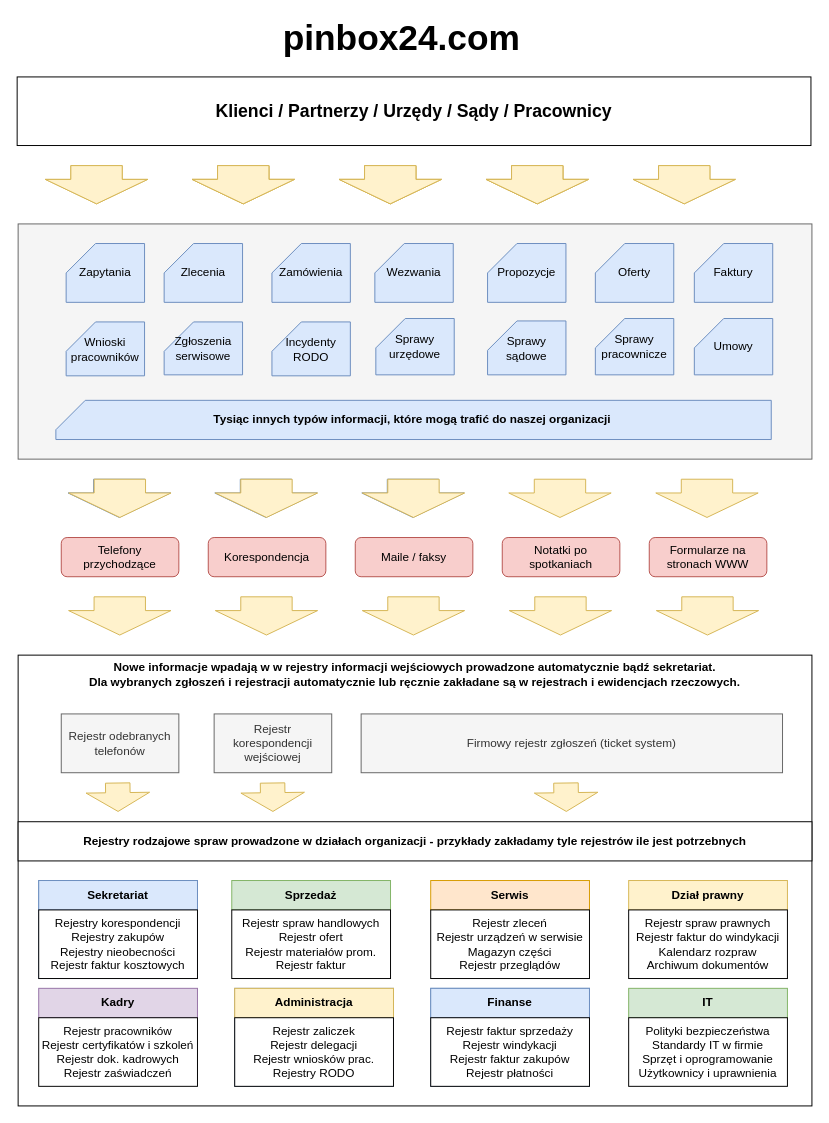
Earlier version of the draw.io diagram flow-types.drawio (radieu/p24). Source tidied: cells renumbered, new cells numbered last; positions are measured from the earlier drawing's top-left corner, leaving out a move shared by most shapes. Both pictures are drawn from the tidied source at 98%, with x=0, y=0 at pixel (17, 27).
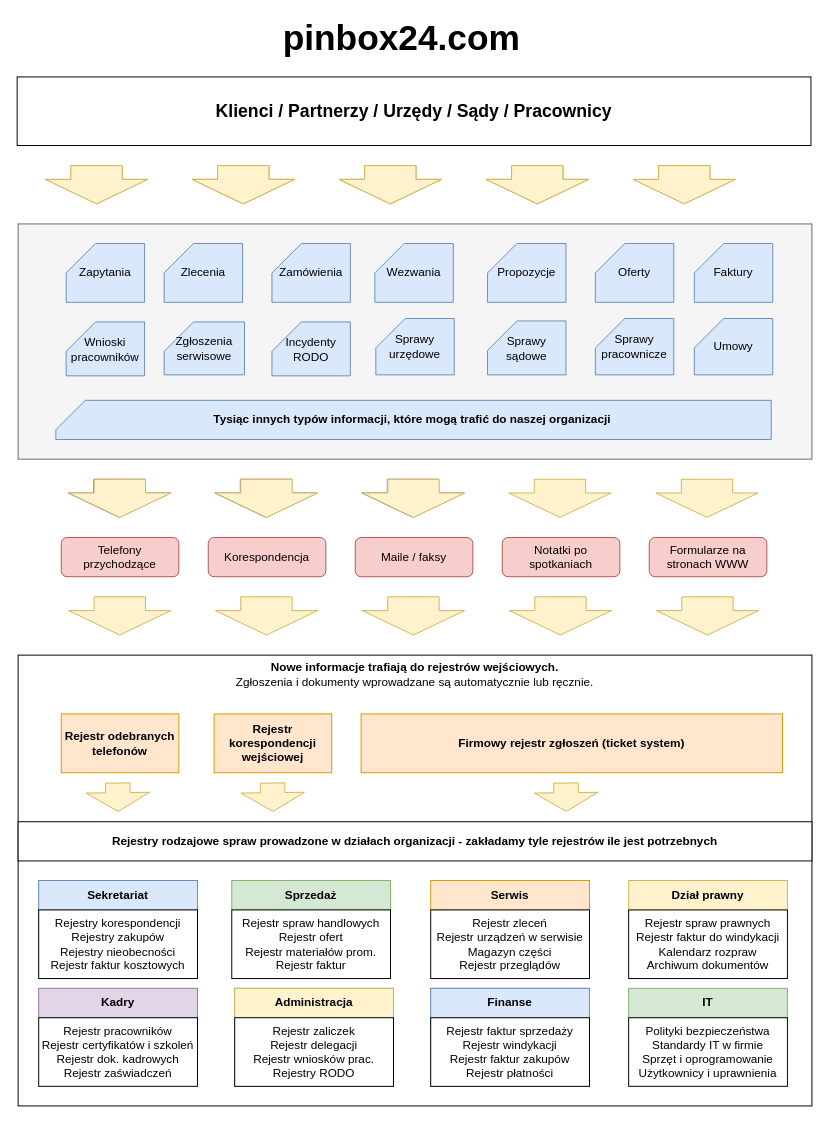
The same diagram, later.

What changed in the source:
```diff
@@
     <mxCell id="26" value="Zgłoszenia serwisowe" style="shape=card;whiteSpace=wrap;html=1;fillColor=#dae8fc;strokeColor=#6c8ebf;" parent="1" vertex="1">
-      <mxGeometry x="150" y="300" width="80" height="54" as="geometry" />
+      <mxGeometry x="150" y="300" width="82" height="54" as="geometry" />
     </mxCell>
@@
-    <mxCell id="33" value="&lt;b&gt;Nowe informacje wpadają w w rejestry informacji wejściowych prowadzone automatycznie bądź sekretariat.&lt;br&gt;Dla wybranych zgłoszeń i rejestracji automatycznie lub ręcznie zakładane są w rejestrach i ewidencjach rzeczowych.&lt;br&gt;&lt;/b&gt;" style="text;html=1;strokeColor=none;fillColor=none;align=center;verticalAlign=middle;whiteSpace=wrap;rounded=0;" parent="1" vertex="1">
+    <mxCell id="33" value="&lt;b&gt;Nowe informacje trafiają do rejestrów wejściowych.&lt;/b&gt;&lt;br&gt;Zgłoszenia i dokumenty wprowadzane są automatycznie lub ręcznie." style="text;html=1;strokeColor=none;fillColor=none;align=center;verticalAlign=middle;whiteSpace=wrap;rounded=0;" parent="1" vertex="1">
       <mxGeometry x="41" y="650" width="730" height="20" as="geometry" />
     </mxCell>
@@
-    <mxCell id="49" value="Rejestr odebranych telefonów" style="rounded=0;whiteSpace=wrap;html=1;fillColor=#f5f5f5;strokeColor=#666666;fontColor=#333333;" parent="1" vertex="1">
+    <mxCell id="49" value="&lt;b&gt;Rejestr odebranych telefonów&lt;/b&gt;" style="rounded=0;whiteSpace=wrap;html=1;fillColor=#ffe6cc;strokeColor=#d79b00;" parent="1" vertex="1">
       <mxGeometry x="45" y="700" width="120" height="60" as="geometry" />
     </mxCell>
-    <mxCell id="50" value="Rejestr&lt;br&gt;korespondencji wejściowej" style="rounded=0;whiteSpace=wrap;html=1;fillColor=#f5f5f5;strokeColor=#666666;fontColor=#333333;" parent="1" vertex="1">
+    <mxCell id="50" value="&lt;b&gt;Rejestr&lt;br&gt;korespondencji wejściowej&lt;/b&gt;" style="rounded=0;whiteSpace=wrap;html=1;fillColor=#ffe6cc;strokeColor=#d79b00;" parent="1" vertex="1">
       <mxGeometry x="201" y="700" width="120" height="60" as="geometry" />
     </mxCell>
-    <mxCell id="51" value="Firmowy rejestr zgłoszeń (ticket system)" style="rounded=0;whiteSpace=wrap;html=1;fillColor=#f5f5f5;strokeColor=#666666;fontColor=#333333;" parent="1" vertex="1">
+    <mxCell id="51" value="&lt;b&gt;Firmowy rejestr zgłoszeń (ticket system)&lt;/b&gt;" style="rounded=0;whiteSpace=wrap;html=1;fillColor=#ffe6cc;strokeColor=#d79b00;" parent="1" vertex="1">
       <mxGeometry x="351" y="700" width="430" height="60" as="geometry" />
     </mxCell>
-    <mxCell id="52" value="&lt;b&gt;Rejestry rodzajowe spraw prowadzone w działach organizacji - przykłady zakładamy tyle rejestrów ile jest potrzebnych&lt;/b&gt;" style="rounded=0;whiteSpace=wrap;html=1;" parent="1" vertex="1">
+    <mxCell id="52" value="&lt;b&gt;Rejestry rodzajowe spraw prowadzone w działach organizacji - zakładamy tyle rejestrów ile jest potrzebnych&lt;/b&gt;" style="rounded=0;whiteSpace=wrap;html=1;" parent="1" vertex="1">
       <mxGeometry x="1" y="810" width="810" height="40" as="geometry" />
     </mxCell>
```
